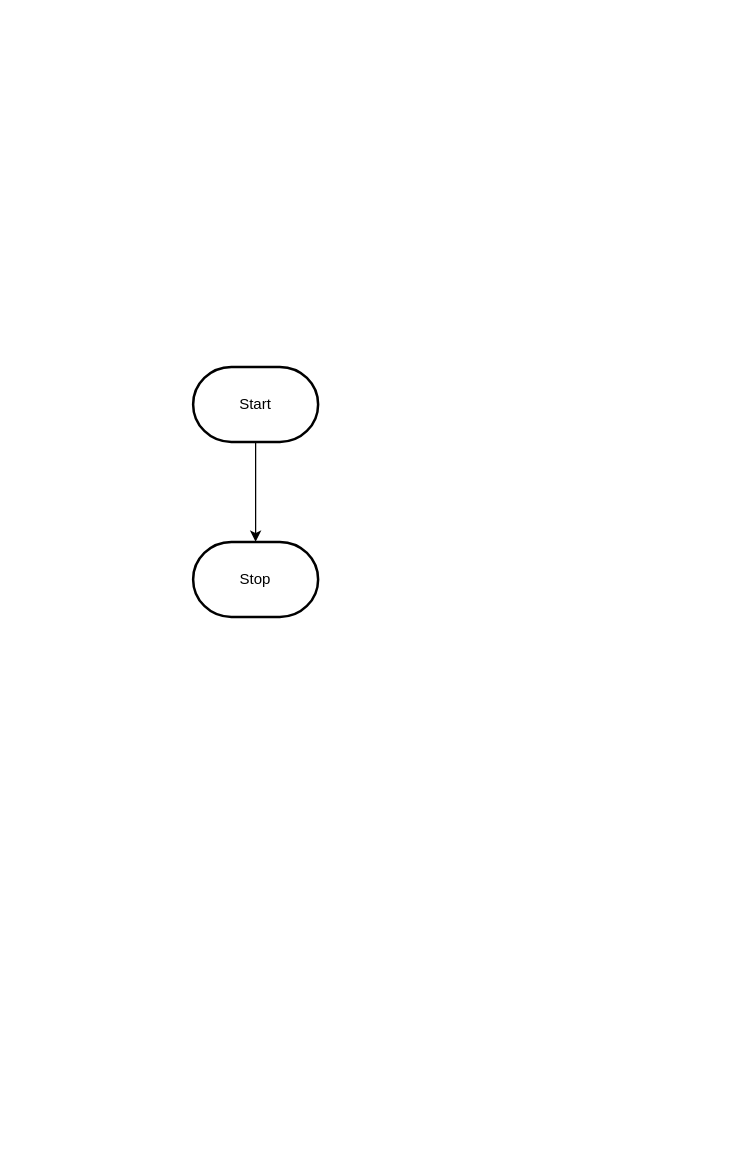
The draw.io diagram design/flowchart.drawio in MTHS-ICS2O-2-2022/ics2o---unit-5-05-Bonnie-Zhu, before the edit. Source tidied: cells renumbered, new cells numbered last; positions are measured from the earlier drawing's top-left corner, leaving out a move shared by most shapes. Both pictures are drawn from the tidied source at 125%, with x=0, y=0 at pixel (192, 366).
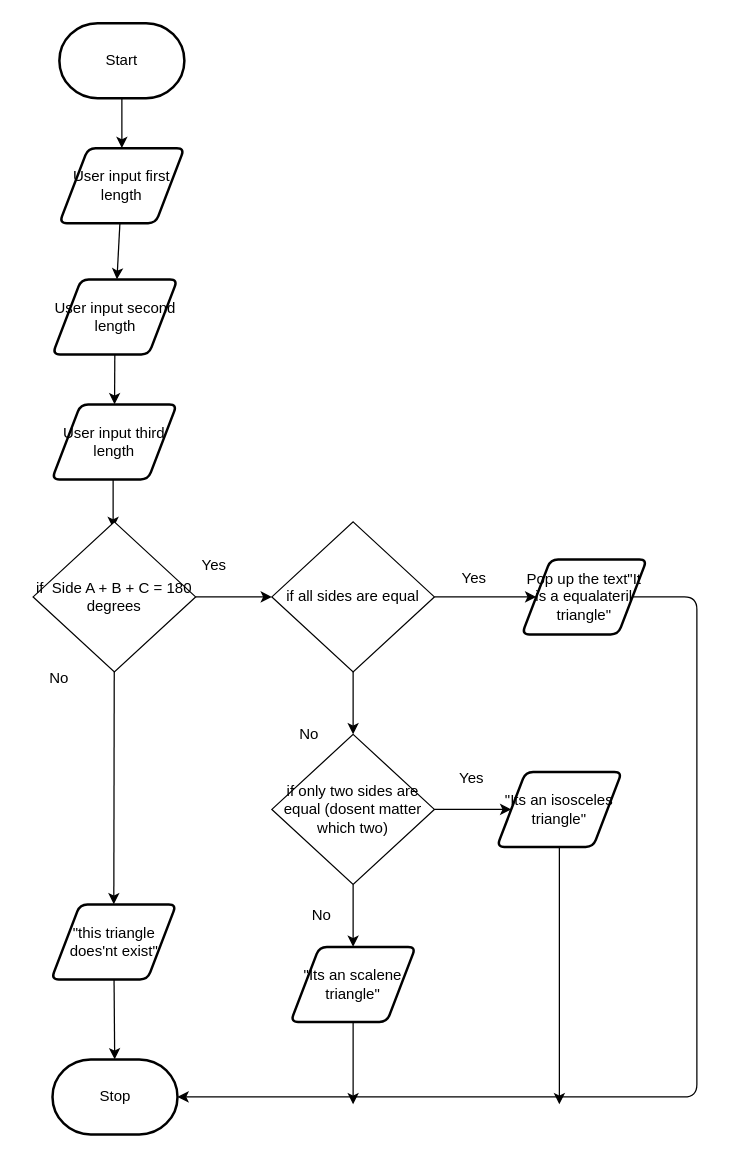
The same diagram, later.

Diff of the diagram source:
```diff
@@
-    <mxCell id="2" style="edgeStyle=orthogonalEdgeStyle;html=1;rounded=0;" parent="1" edge="1" source="3" target="4">
-      <mxGeometry relative="1" as="geometry" />
-    </mxCell>
+    <mxCell id="5" style="edgeStyle=none;html=1;" parent="1" edge="1" source="3" target="8">
+      <mxGeometry relative="1" as="geometry" />
+    </mxCell>
     <mxCell id="3" value="Start" style="strokeWidth=2;html=1;shape=mxgraph.flowchart.terminator;whiteSpace=wrap;" parent="1" vertex="1">
-      <mxGeometry width="100" height="60" as="geometry" />
+      <mxGeometry x="-107" y="-275" width="100" height="60" as="geometry" />
     </mxCell>
+    <mxCell id="6" style="edgeStyle=none;html=1;" parent="1" edge="1">
+      <mxGeometry relative="1" as="geometry">
+        <mxPoint x="-64" y="89" as="sourcePoint" />
+        <mxPoint x="-64" y="129" as="targetPoint" />
+      </mxGeometry>
+    </mxCell>
+    <mxCell id="7" style="edgeStyle=none;html=1;" parent="1" edge="1" source="8" target="33">
+      <mxGeometry relative="1" as="geometry" />
+    </mxCell>
+    <mxCell id="8" value="User input first length" style="shape=parallelogram;html=1;strokeWidth=2;perimeter=parallelogramPerimeter;whiteSpace=wrap;rounded=1;arcSize=12;size=0.23;" parent="1" vertex="1">
+      <mxGeometry x="-107" y="-175" width="100" height="60" as="geometry" />
+    </mxCell>
+    <mxCell id="9" style="edgeStyle=none;html=1;" parent="1" edge="1" source="10" target="4">
+      <mxGeometry relative="1" as="geometry" />
+    </mxCell>
+    <mxCell id="10" value="&quot;this triangle does'nt exist&quot;" style="shape=parallelogram;html=1;strokeWidth=2;perimeter=parallelogramPerimeter;whiteSpace=wrap;rounded=1;arcSize=12;size=0.23;" parent="1" vertex="1">
+      <mxGeometry x="-113.5" y="430" width="100" height="60" as="geometry" />
+    </mxCell>
     <mxCell id="4" value="Stop" style="strokeWidth=2;html=1;shape=mxgraph.flowchart.terminator;whiteSpace=wrap;" parent="1" vertex="1">
-      <mxGeometry y="140" width="100" height="60" as="geometry" />
+      <mxGeometry x="-112.5" y="554" width="100" height="60" as="geometry" />
     </mxCell>
+    <mxCell id="11" style="edgeStyle=none;html=1;" parent="1" edge="1" source="13" target="10">
+      <mxGeometry relative="1" as="geometry" />
+    </mxCell>
+    <mxCell id="12" style="edgeStyle=none;html=1;entryX=0;entryY=0.5;entryDx=0;entryDy=0;" parent="1" edge="1" source="13" target="20">
+      <mxGeometry relative="1" as="geometry" />
+    </mxCell>
+    <mxCell id="13" value="if&amp;nbsp; Side A + B + C = 180 degrees" style="rhombus;whiteSpace=wrap;html=1;" parent="1" vertex="1">
+      <mxGeometry x="-128" y="124" width="130" height="120" as="geometry" />
+    </mxCell>
+    <mxCell id="14" style="edgeStyle=none;html=1;entryX=1;entryY=0.5;entryDx=0;entryDy=0;entryPerimeter=0;" parent="1" edge="1" source="15" target="4">
+      <mxGeometry relative="1" as="geometry">
+        <Array as="points">
+          <mxPoint x="403" y="184" />
+          <mxPoint x="403" y="584" />
+        </Array>
+      </mxGeometry>
+    </mxCell>
+    <mxCell id="15" value="Pop up the text&quot;It is a equalateril triangle&quot;" style="shape=parallelogram;html=1;strokeWidth=2;perimeter=parallelogramPerimeter;whiteSpace=wrap;rounded=1;arcSize=12;size=0.23;" parent="1" vertex="1">
+      <mxGeometry x="263" y="154" width="100" height="60" as="geometry" />
+    </mxCell>
+    <mxCell id="16" style="edgeStyle=none;html=1;" parent="1" edge="1" source="17">
+      <mxGeometry relative="1" as="geometry">
+        <mxPoint x="293" y="590" as="targetPoint" />
+      </mxGeometry>
+    </mxCell>
+    <mxCell id="17" value="&quot;Its an isosceles triangle&quot;" style="shape=parallelogram;html=1;strokeWidth=2;perimeter=parallelogramPerimeter;whiteSpace=wrap;rounded=1;arcSize=12;size=0.23;" parent="1" vertex="1">
+      <mxGeometry x="243" y="324" width="100" height="60" as="geometry" />
+    </mxCell>
+    <mxCell id="18" style="edgeStyle=none;html=1;" parent="1" edge="1" source="20" target="15">
+      <mxGeometry relative="1" as="geometry" />
+    </mxCell>
+    <mxCell id="19" style="edgeStyle=none;html=1;" parent="1" edge="1" source="20" target="23">
+      <mxGeometry relative="1" as="geometry" />
+    </mxCell>
+    <mxCell id="20" value="if all sides are equal" style="rhombus;whiteSpace=wrap;html=1;" parent="1" vertex="1">
+      <mxGeometry x="63" y="124" width="130" height="120" as="geometry" />
+    </mxCell>
+    <mxCell id="21" style="edgeStyle=none;html=1;" parent="1" edge="1" source="23" target="17">
+      <mxGeometry relative="1" as="geometry" />
+    </mxCell>
+    <mxCell id="22" style="edgeStyle=none;html=1;entryX=0.5;entryY=0;entryDx=0;entryDy=0;" parent="1" edge="1" source="23" target="25">
+      <mxGeometry relative="1" as="geometry" />
+    </mxCell>
+    <mxCell id="23" value="if only two sides are equal (dosent matter which two)" style="rhombus;whiteSpace=wrap;html=1;" parent="1" vertex="1">
+      <mxGeometry x="63" y="294" width="130" height="120" as="geometry" />
+    </mxCell>
+    <mxCell id="24" style="edgeStyle=none;html=1;" parent="1" edge="1" source="25">
+      <mxGeometry relative="1" as="geometry">
+        <mxPoint x="128" y="590" as="targetPoint" />
+      </mxGeometry>
+    </mxCell>
+    <mxCell id="25" value="&quot;Its an scalene triangle&quot;" style="shape=parallelogram;html=1;strokeWidth=2;perimeter=parallelogramPerimeter;whiteSpace=wrap;rounded=1;arcSize=12;size=0.23;" parent="1" vertex="1">
+      <mxGeometry x="78" y="464" width="100" height="60" as="geometry" />
+    </mxCell>
+    <mxCell id="26" value="Yes" style="text;html=1;strokeColor=none;fillColor=none;align=center;verticalAlign=middle;whiteSpace=wrap;rounded=0;" parent="1" vertex="1">
+      <mxGeometry x="-13.5" y="144" width="60" height="30" as="geometry" />
+    </mxCell>
+    <mxCell id="27" value="Yes" style="text;html=1;strokeColor=none;fillColor=none;align=center;verticalAlign=middle;whiteSpace=wrap;rounded=0;" parent="1" vertex="1">
+      <mxGeometry x="195" y="154" width="60" height="30" as="geometry" />
+    </mxCell>
+    <mxCell id="28" value="Yes" style="text;html=1;strokeColor=none;fillColor=none;align=center;verticalAlign=middle;whiteSpace=wrap;rounded=0;" parent="1" vertex="1">
+      <mxGeometry x="193" y="314" width="60" height="30" as="geometry" />
+    </mxCell>
+    <mxCell id="29" value="No" style="text;html=1;strokeColor=none;fillColor=none;align=center;verticalAlign=middle;whiteSpace=wrap;rounded=0;" parent="1" vertex="1">
+      <mxGeometry x="-137" y="234" width="60" height="30" as="geometry" />
+    </mxCell>
+    <mxCell id="30" value="No" style="text;html=1;strokeColor=none;fillColor=none;align=center;verticalAlign=middle;whiteSpace=wrap;rounded=0;" parent="1" vertex="1">
+      <mxGeometry x="63" y="279" width="60" height="30" as="geometry" />
+    </mxCell>
+    <mxCell id="31" value="No" style="text;html=1;strokeColor=none;fillColor=none;align=center;verticalAlign=middle;whiteSpace=wrap;rounded=0;" parent="1" vertex="1">
+      <mxGeometry x="73" y="424" width="60" height="30" as="geometry" />
+    </mxCell>
+    <mxCell id="32" style="edgeStyle=none;html=1;" parent="1" edge="1" source="33" target="34">
+      <mxGeometry relative="1" as="geometry" />
+    </mxCell>
+    <mxCell id="33" value="User input second length" style="shape=parallelogram;html=1;strokeWidth=2;perimeter=parallelogramPerimeter;whiteSpace=wrap;rounded=1;arcSize=12;size=0.23;" parent="1" vertex="1">
+      <mxGeometry x="-112.5" y="-70" width="100" height="60" as="geometry" />
+    </mxCell>
+    <mxCell id="34" value="User input third length" style="shape=parallelogram;html=1;strokeWidth=2;perimeter=parallelogramPerimeter;whiteSpace=wrap;rounded=1;arcSize=12;size=0.23;" parent="1" vertex="1">
+      <mxGeometry x="-113" y="30" width="100" height="60" as="geometry" />
+    </mxCell>
```
